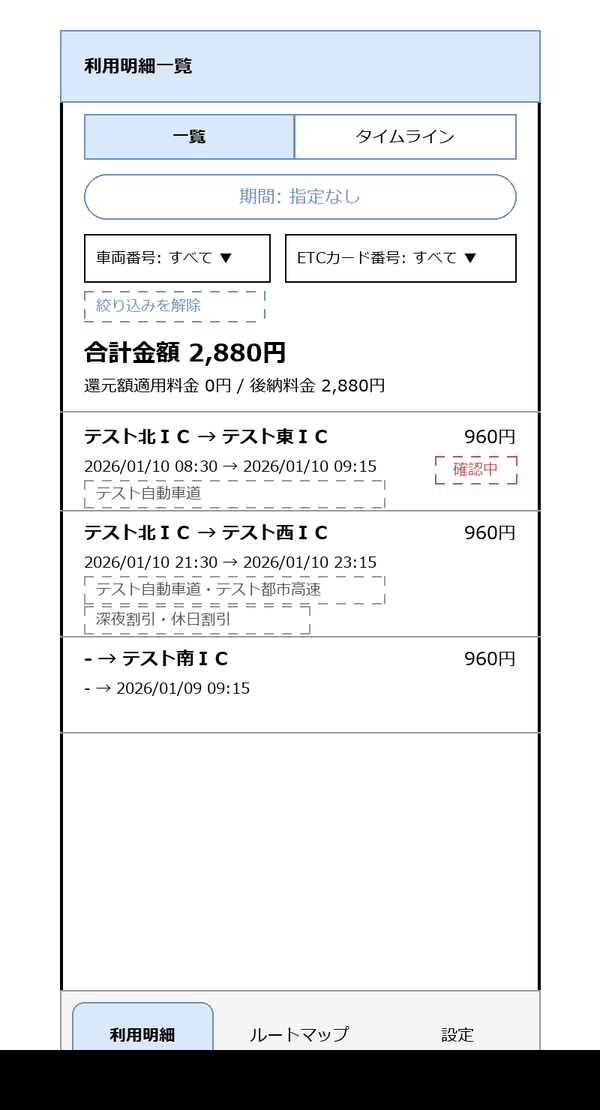
Above: docs/systems/screens/images/SCR-002-statement-list.drawio.png in hnt1028/etc-meisai (draw.io), before the change. Source tidied: cells renumbered, new cells last; positions are measured from the earlier drawing's top-left corner, leaving out a move shared by most shapes.
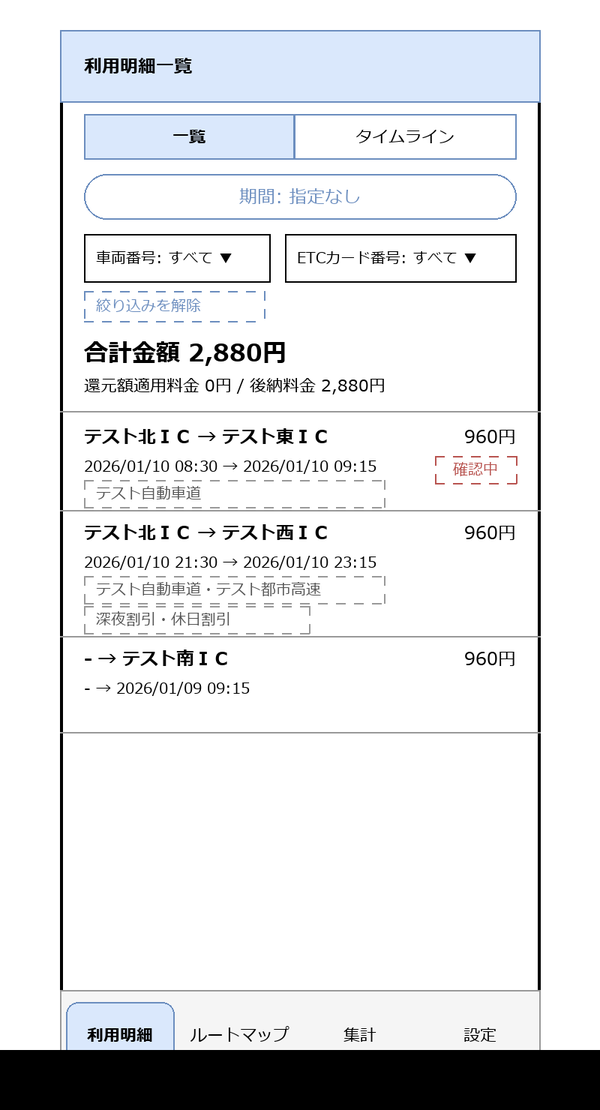
The same diagram one commit later.

What changed in the source:
```diff
@@ -99,13 +99,16 @@
       <mxGeometry y="640" width="320" height="60" as="geometry" />
     </mxCell>
     <mxCell id="30" value="利用明細" style="rounded=1;whiteSpace=wrap;html=1;arcSize=40;fontSize=11;fillColor=#dae8fc;strokeColor=#6c8ebf;fontStyle=1;" parent="1" vertex="1">
-      <mxGeometry x="8" y="648" width="94" height="44" as="geometry" />
+      <mxGeometry x="4" y="648" width="72" height="44" as="geometry" />
     </mxCell>
     <mxCell id="31" value="ルートマップ" style="rounded=1;whiteSpace=wrap;html=1;arcSize=40;fontSize=11;fillColor=none;strokeColor=#f5f5f5;" parent="1" vertex="1">
-      <mxGeometry x="113" y="648" width="94" height="44" as="geometry" />
+      <mxGeometry x="84" y="648" width="72" height="44" as="geometry" />
     </mxCell>
-    <mxCell id="32" value="設定" style="rounded=1;whiteSpace=wrap;html=1;arcSize=40;fontSize=11;fillColor=none;strokeColor=#f5f5f5;" parent="1" vertex="1">
-      <mxGeometry x="218" y="648" width="94" height="44" as="geometry" />
+    <mxCell id="32" value="集計" style="rounded=1;whiteSpace=wrap;html=1;arcSize=40;fontSize=11;fillColor=none;strokeColor=#f5f5f5;" parent="1" vertex="1">
+      <mxGeometry x="164" y="648" width="72" height="44" as="geometry" />
     </mxCell>
+    <mxCell id="33" value="設定" style="rounded=1;whiteSpace=wrap;html=1;arcSize=40;fontSize=11;fillColor=none;strokeColor=#f5f5f5;" parent="1" vertex="1">
+      <mxGeometry x="244" y="648" width="72" height="44" as="geometry" />
+    </mxCell>
   </root>
 </mxGraphModel>
```
